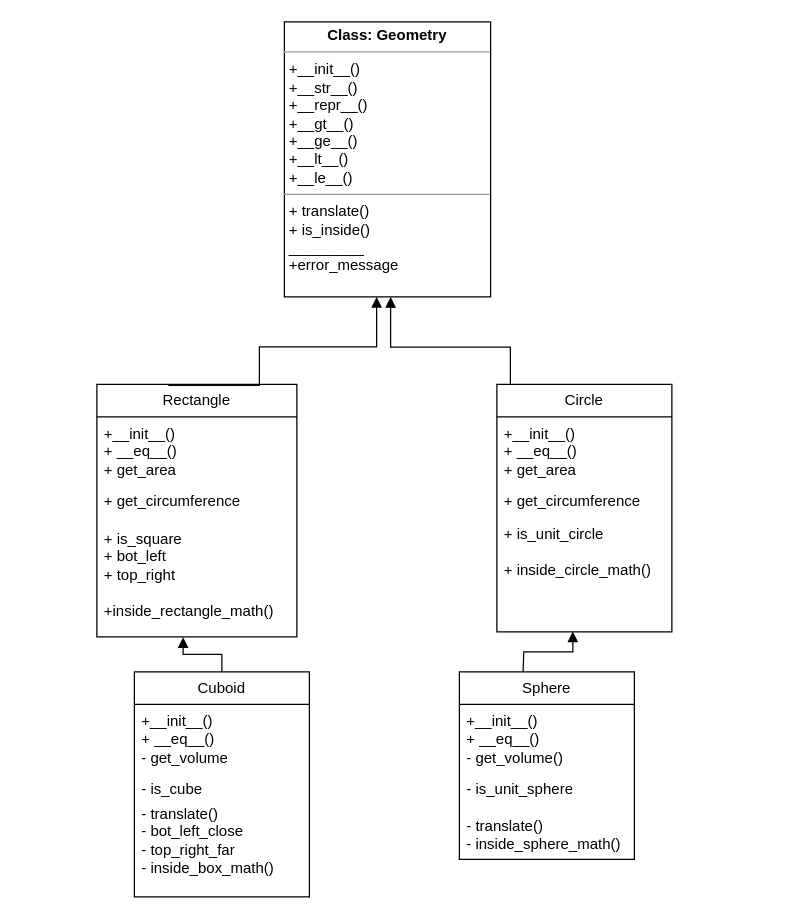
Earlier version of the draw.io diagram Labs/labb3/Labb3_UML.drawio (nabil0n/PythonAI23). Source tidied: cells renumbered, new cells numbered last; positions are measured from the earlier drawing's top-left corner, leaving out a move shared by most shapes. Both pictures are drawn from the tidied source at 125%, with x=0, y=0 at pixel (96, 21).
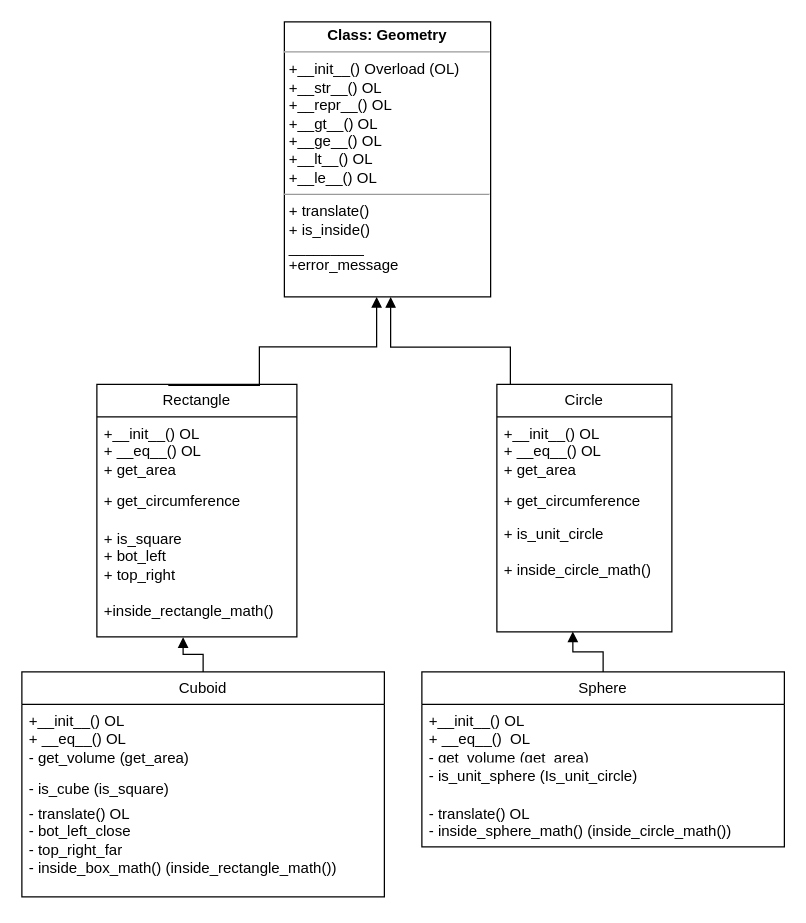
The same page after the edit.

Unchanged cells that the change refers to:
```xml
<mxCell id="3" value="&lt;div&gt;Rectangle&lt;/div&gt;" style="swimlane;fontStyle=0;horizontal=1;startSize=26;fillColor=none;whiteSpace=wrap;html=1;" parent="1" vertex="1">
  <mxGeometry y="290" width="160" height="202" as="geometry" />
</mxCell>
<mxCell id="7" value="Circle" style="swimlane;fontStyle=0;horizontal=1;startSize=26;fillColor=none;whiteSpace=wrap;html=1;" parent="1" vertex="1">
  <mxGeometry x="320" y="290" width="140" height="198" as="geometry" />
</mxCell>
<mxCell id="10" value="&lt;div&gt;+ is_unit_circle&lt;/div&gt;&lt;div&gt;&lt;br&gt;&lt;/div&gt;&lt;div&gt;+ inside_circle_math()&lt;br&gt;&lt;/div&gt;" style="text;strokeColor=none;fillColor=none;align=left;verticalAlign=top;spacingLeft=4;spacingRight=4;overflow=hidden;points=[[0,0.5],[1,0.5]];portConstraint=eastwest;whiteSpace=wrap;html=1;" parent="7" vertex="1">
  <mxGeometry y="106" width="140" height="92" as="geometry" />
</mxCell>
```

Diff of the diagram source:
```diff
@@
-    <mxCell id="2" value="&lt;p style=&quot;margin:0px;margin-top:4px;text-align:center;&quot;&gt;&lt;b&gt;Class: Geometry&lt;br&gt;&lt;/b&gt;&lt;/p&gt;&lt;hr size=&quot;1&quot;&gt;&lt;p style=&quot;margin:0px;margin-left:4px;&quot;&gt;+__init__()&lt;br&gt;&lt;/p&gt;&lt;p style=&quot;margin:0px;margin-left:4px;&quot;&gt;+__str__()&lt;/p&gt;&lt;p style=&quot;margin:0px;margin-left:4px;&quot;&gt;+__repr__()&lt;br&gt;&lt;/p&gt;&lt;p style=&quot;margin:0px;margin-left:4px;&quot;&gt;+__gt__()&lt;/p&gt;&lt;p style=&quot;margin:0px;margin-left:4px;&quot;&gt;+__ge__()&lt;/p&gt;&lt;p style=&quot;margin:0px;margin-left:4px;&quot;&gt;+__lt__()&lt;/p&gt;&lt;p style=&quot;margin:0px;margin-left:4px;&quot;&gt;+__le__()&lt;/p&gt;&lt;hr size=&quot;1&quot;&gt;&lt;p style=&quot;margin:0px;margin-left:4px;&quot;&gt;+ translate()&lt;/p&gt;&lt;p style=&quot;margin:0px;margin-left:4px;&quot;&gt;+ is_inside()&lt;/p&gt;&lt;p style=&quot;margin:0px;margin-left:4px;&quot;&gt;_________&lt;/p&gt;&lt;p style=&quot;margin:0px;margin-left:4px;&quot;&gt;+error_message&lt;br&gt;&lt;/p&gt;" style="verticalAlign=top;align=left;overflow=fill;fontSize=12;fontFamily=Helvetica;html=1;whiteSpace=wrap;" parent="1" vertex="1">
+    <mxCell id="2" value="&lt;p style=&quot;margin:0px;margin-top:4px;text-align:center;&quot;&gt;&lt;b&gt;Class: Geometry&lt;br&gt;&lt;/b&gt;&lt;/p&gt;&lt;hr size=&quot;1&quot;&gt;&lt;p style=&quot;margin:0px;margin-left:4px;&quot;&gt;+__init__() Overload (OL)&lt;br&gt;&lt;/p&gt;&lt;p style=&quot;margin:0px;margin-left:4px;&quot;&gt;+__str__() OL&lt;br&gt;&lt;/p&gt;&lt;p style=&quot;margin:0px;margin-left:4px;&quot;&gt;+__repr__() OL&lt;/p&gt;&lt;p style=&quot;margin:0px;margin-left:4px;&quot;&gt;+__gt__() OL&lt;/p&gt;&lt;p style=&quot;margin:0px;margin-left:4px;&quot;&gt;+__ge__() OL&lt;/p&gt;&lt;p style=&quot;margin:0px;margin-left:4px;&quot;&gt;+__lt__() OL&lt;/p&gt;&lt;p style=&quot;margin:0px;margin-left:4px;&quot;&gt;+__le__() OL&lt;/p&gt;&lt;hr size=&quot;1&quot;&gt;&lt;p style=&quot;margin:0px;margin-left:4px;&quot;&gt;+ translate()&lt;/p&gt;&lt;p style=&quot;margin:0px;margin-left:4px;&quot;&gt;+ is_inside()&lt;/p&gt;&lt;p style=&quot;margin:0px;margin-left:4px;&quot;&gt;_________&lt;/p&gt;&lt;p style=&quot;margin:0px;margin-left:4px;&quot;&gt;+error_message&lt;br&gt;&lt;/p&gt;" style="verticalAlign=top;align=left;overflow=fill;fontSize=12;fontFamily=Helvetica;html=1;whiteSpace=wrap;" parent="1" vertex="1">
       <mxGeometry x="150" width="165" height="220" as="geometry" />
     </mxCell>
@@
-    <mxCell id="4" value="&lt;div&gt;+__init__()&lt;br&gt;&lt;/div&gt;&lt;div&gt;+ __eq__()&lt;br&gt;&lt;/div&gt;&lt;div&gt;+ get_area&lt;/div&gt;" style="text;strokeColor=none;fillColor=none;align=left;verticalAlign=top;spacingLeft=4;spacingRight=4;overflow=hidden;whiteSpace=wrap;html=1;" parent="3" vertex="1">
+    <mxCell id="4" value="&lt;div&gt;+__init__() OL&lt;/div&gt;&lt;div&gt;+ __eq__() OL&lt;/div&gt;&lt;div&gt;+ get_area&lt;br&gt;&lt;/div&gt;" style="text;strokeColor=none;fillColor=none;align=left;verticalAlign=top;spacingLeft=4;spacingRight=4;overflow=hidden;whiteSpace=wrap;html=1;" parent="3" vertex="1">
       <mxGeometry y="26" width="160" height="54" as="geometry" />
     </mxCell>
@@
-    <mxCell id="8" value="+__init__()&lt;div&gt;+ __eq__()&lt;/div&gt;&lt;div&gt;+ get_area&lt;/div&gt;" style="text;strokeColor=none;fillColor=none;align=left;verticalAlign=top;spacingLeft=4;spacingRight=4;overflow=hidden;whiteSpace=wrap;html=1;" parent="7" vertex="1">
+    <mxCell id="8" value="+__init__() OL&lt;div&gt;+ __eq__() OL&lt;/div&gt;&lt;div&gt;+ get_area&lt;br&gt;&lt;/div&gt;" style="text;strokeColor=none;fillColor=none;align=left;verticalAlign=top;spacingLeft=4;spacingRight=4;overflow=hidden;whiteSpace=wrap;html=1;" parent="7" vertex="1">
       <mxGeometry y="26" width="140" height="54" as="geometry" />
     </mxCell>
@@
     <mxCell id="13" value="Sphere" style="swimlane;fontStyle=0;horizontal=1;startSize=26;fillColor=none;whiteSpace=wrap;html=1;" parent="1" vertex="1">
-      <mxGeometry x="290" y="520" width="140" height="150" as="geometry" />
+      <mxGeometry x="260" y="520" width="290" height="140" as="geometry" />
     </mxCell>
-    <mxCell id="14" value="&lt;div style=&quot;&quot;&gt;+__init__()&lt;/div&gt;&lt;div style=&quot;&quot;&gt;+ __eq__() &lt;br&gt;&lt;/div&gt;&lt;div&gt;- get_volume()&lt;br&gt;&lt;/div&gt;" style="text;strokeColor=none;fillColor=none;align=left;verticalAlign=top;spacingLeft=4;spacingRight=4;overflow=hidden;whiteSpace=wrap;html=1;" parent="13" vertex="1">
-      <mxGeometry y="26" width="140" height="54" as="geometry" />
+    <mxCell id="14" value="&lt;div style=&quot;&quot;&gt;+__init__() OL&lt;/div&gt;&lt;div style=&quot;&quot;&gt;+ __eq__()&amp;nbsp; OL&lt;/div&gt;&lt;div&gt;- get_volume (get_area)&lt;br&gt;&lt;/div&gt;" style="text;strokeColor=none;fillColor=none;align=left;verticalAlign=top;spacingLeft=4;spacingRight=4;overflow=hidden;whiteSpace=wrap;html=1;" parent="13" vertex="1">
+      <mxGeometry y="26" width="290" height="44" as="geometry" />
     </mxCell>
-    <mxCell id="15" value="- is_unit_sphere" style="text;strokeColor=none;fillColor=none;align=left;verticalAlign=top;spacingLeft=4;spacingRight=4;overflow=hidden;whiteSpace=wrap;html=1;" parent="13" vertex="1">
-      <mxGeometry y="80" width="140" height="30" as="geometry" />
+    <mxCell id="15" value="- is_unit_sphere (Is_unit_circle)" style="text;strokeColor=none;fillColor=none;align=left;verticalAlign=top;spacingLeft=4;spacingRight=4;overflow=hidden;whiteSpace=wrap;html=1;" parent="13" vertex="1">
+      <mxGeometry y="70" width="290" height="30" as="geometry" />
     </mxCell>
-    <mxCell id="16" value="&lt;div&gt;- translate()&lt;/div&gt;&lt;div&gt;- inside_sphere_math()&lt;br&gt;&lt;/div&gt;" style="text;strokeColor=none;fillColor=none;align=left;verticalAlign=top;spacingLeft=4;spacingRight=4;overflow=hidden;whiteSpace=wrap;html=1;" parent="13" vertex="1">
-      <mxGeometry y="110" width="140" height="40" as="geometry" />
+    <mxCell id="16" value="&lt;div&gt;- translate() OL&lt;/div&gt;&lt;div&gt;- inside_sphere_math() (inside_circle_math())&lt;br&gt;&lt;/div&gt;&amp;nbsp;" style="text;strokeColor=none;fillColor=none;align=left;verticalAlign=top;spacingLeft=4;spacingRight=4;overflow=hidden;whiteSpace=wrap;html=1;" parent="13" vertex="1">
+      <mxGeometry y="100" width="290" height="40" as="geometry" />
     </mxCell>
     <mxCell id="17" value="Cuboid" style="swimlane;fontStyle=0;horizontal=1;startSize=26;fillColor=none;whiteSpace=wrap;html=1;" parent="1" vertex="1">
-      <mxGeometry x="30" y="520" width="140" height="180" as="geometry" />
+      <mxGeometry x="-60" y="520" width="290" height="180" as="geometry" />
     </mxCell>
-    <mxCell id="18" value="&lt;div&gt;+__init__()&lt;/div&gt;&lt;div&gt;+ __eq__()&lt;/div&gt;&lt;div&gt;- get_volume&lt;/div&gt;" style="text;strokeColor=none;fillColor=none;align=left;verticalAlign=top;spacingLeft=4;spacingRight=4;overflow=hidden;whiteSpace=wrap;html=1;" parent="17" vertex="1">
-      <mxGeometry y="26" width="140" height="54" as="geometry" />
+    <mxCell id="18" value="&lt;div&gt;+__init__() OL&lt;/div&gt;&lt;div&gt;+ __eq__() OL&lt;/div&gt;&lt;div&gt;- get_volume (get_area)&lt;br&gt;&lt;/div&gt;" style="text;strokeColor=none;fillColor=none;align=left;verticalAlign=top;spacingLeft=4;spacingRight=4;overflow=hidden;whiteSpace=wrap;html=1;" parent="17" vertex="1">
+      <mxGeometry y="26" width="290" height="54" as="geometry" />
     </mxCell>
-    <mxCell id="19" value="- is_cube" style="text;strokeColor=none;fillColor=none;align=left;verticalAlign=top;spacingLeft=4;spacingRight=4;overflow=hidden;whiteSpace=wrap;html=1;" parent="17" vertex="1">
-      <mxGeometry y="80" width="140" height="20" as="geometry" />
+    <mxCell id="19" value="- is_cube (is_square)" style="text;strokeColor=none;fillColor=none;align=left;verticalAlign=top;spacingLeft=4;spacingRight=4;overflow=hidden;whiteSpace=wrap;html=1;" parent="17" vertex="1">
+      <mxGeometry y="80" width="290" height="20" as="geometry" />
     </mxCell>
-    <mxCell id="20" value="&lt;div&gt;- translate()&lt;/div&gt;&lt;div&gt;- bot_left_close&lt;/div&gt;&lt;div&gt;- top_right_far&lt;/div&gt;&lt;div&gt;- inside_box_math()&lt;br&gt;&lt;/div&gt;" style="text;strokeColor=none;fillColor=none;align=left;verticalAlign=top;spacingLeft=4;spacingRight=4;overflow=hidden;whiteSpace=wrap;html=1;" parent="17" vertex="1">
-      <mxGeometry y="100" width="140" height="80" as="geometry" />
+    <mxCell id="20" value="&lt;div&gt;- translate() OL&lt;/div&gt;&lt;div&gt;- bot_left_close&lt;/div&gt;&lt;div&gt;- top_right_far&lt;/div&gt;&lt;div&gt;- inside_box_math() (inside_rectangle_math())&lt;br&gt;&lt;/div&gt;" style="text;strokeColor=none;fillColor=none;align=left;verticalAlign=top;spacingLeft=4;spacingRight=4;overflow=hidden;whiteSpace=wrap;html=1;" parent="17" vertex="1">
+      <mxGeometry y="100" width="290" height="80" as="geometry" />
     </mxCell>
@@
-    <mxCell id="22" style="endArrow=block;endFill=1;html=1;edgeStyle=orthogonalEdgeStyle;align=left;verticalAlign=top;rounded=0;entryX=0.434;entryY=0.997;entryDx=0;entryDy=0;entryPerimeter=0;" parent="1" edge="1" target="10">
-      <mxGeometry x="-1" relative="1" as="geometry">
-        <mxPoint x="341" y="520" as="sourcePoint" />
-      </mxGeometry>
+    <mxCell id="22" style="endArrow=block;endFill=1;html=1;edgeStyle=orthogonalEdgeStyle;align=left;verticalAlign=top;rounded=0;entryX=0.434;entryY=0.997;entryDx=0;entryDy=0;entryPerimeter=0;" parent="1" edge="1" source="13" target="10">
+      <mxGeometry x="-1" relative="1" as="geometry" />
     </mxCell>
```
